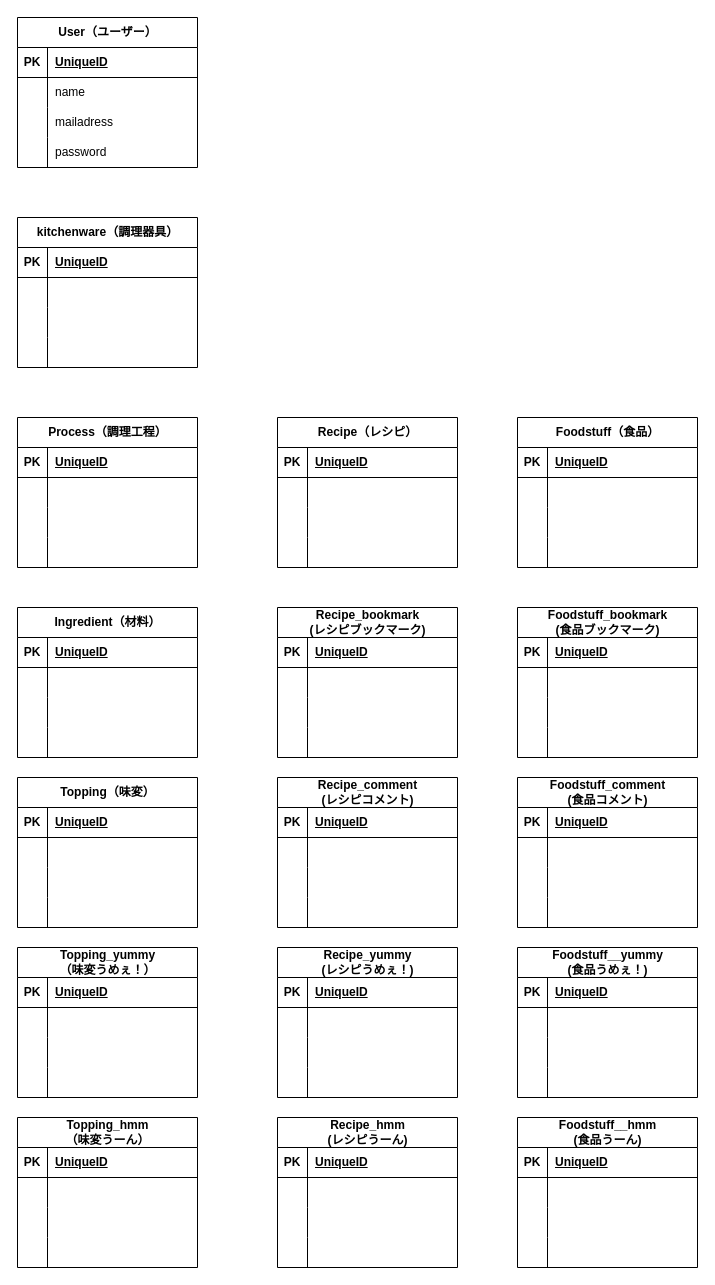
ankoro-mochi24/portfolio keeps this draw.io diagram as ER図.drawio. Above is the earlier version. Source tidied: cells renumbered, new cells numbered last; positions are measured from the earlier drawing's top-left corner, leaving out a move shared by most shapes. Both pictures are drawn from the tidied source at 100%, with x=0, y=0 at pixel (17, 17).
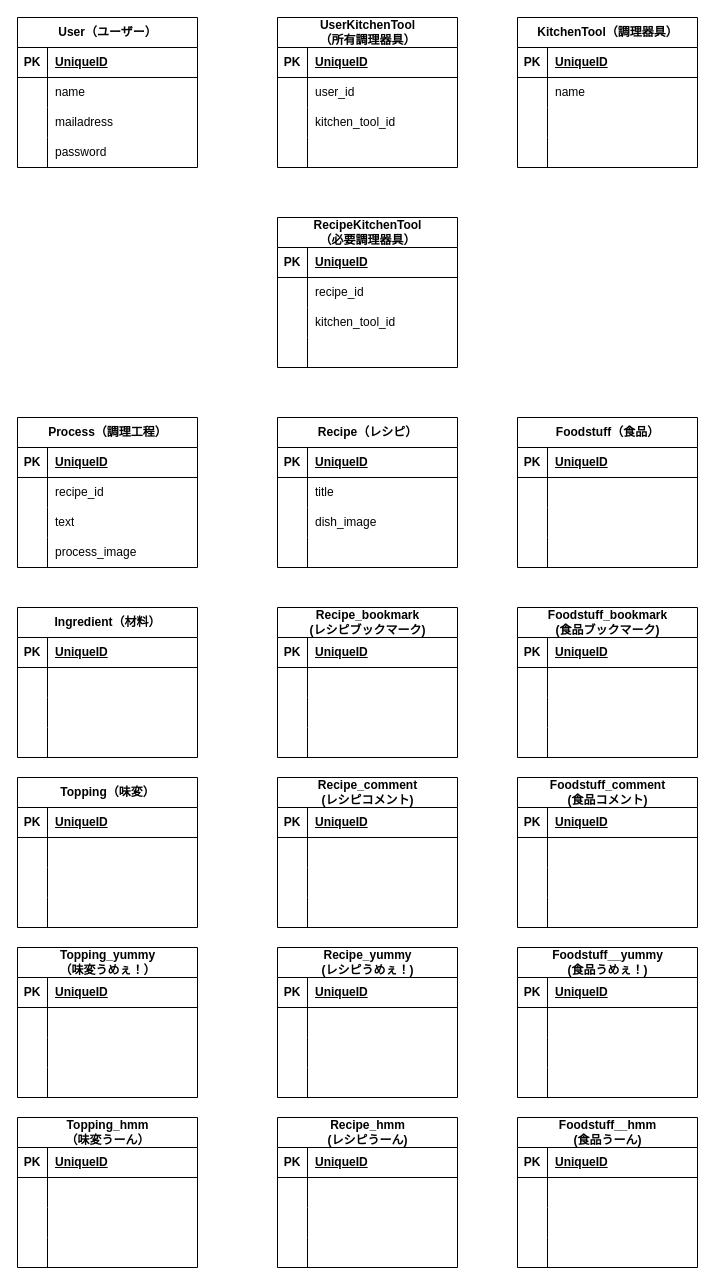
Above is the later version.

Commit message:
ER図カラム作成中

The change refers to these unchanged cells:
```xml
<mxCell id="19" style="shape=tableRow;horizontal=0;startSize=0;swimlaneHead=0;swimlaneBody=0;fillColor=none;top=0;left=0;right=0;bottom=0;" parent="15" vertex="1">
  <mxGeometry y="60" width="180" height="30" as="geometry" />
</mxCell>
<mxCell id="22" style="shape=tableRow;horizontal=0;startSize=0;swimlaneHead=0;swimlaneBody=0;fillColor=none;top=0;left=0;right=0;bottom=0;" parent="15" vertex="1">
  <mxGeometry y="90" width="180" height="30" as="geometry" />
</mxCell>
<mxCell id="162" style="shape=tableRow;horizontal=0;startSize=0;swimlaneHead=0;swimlaneBody=0;fillColor=none;top=0;left=0;right=0;bottom=0;" parent="158" vertex="1">
  <mxGeometry y="60" width="180" height="30" as="geometry" />
</mxCell>
<mxCell id="171" value="Process（調理工程）" style="shape=table;startSize=30;childLayout=tableLayout;rowLines=0;fontStyle=1;align=center;html=1;" parent="1" vertex="1">
  <mxGeometry y="400" width="180" height="150" as="geometry" />
</mxCell>
<mxCell id="181" style="shape=tableRow;horizontal=0;startSize=0;swimlaneHead=0;swimlaneBody=0;fillColor=none;top=0;left=0;right=0;bottom=0;" parent="171" vertex="1">
  <mxGeometry y="120" width="180" height="30" as="geometry" />
</mxCell>
```

Change to the diagram source:
```diff
@@
-    <mxCell id="21" style="shape=partialRectangle;fillColor=none;top=0;left=0;bottom=0;right=0;align=left;spacingLeft=6;overflow=hidden;whiteSpace=wrap;html=1;" parent="19" vertex="1">
+    <mxCell id="21" value="title" style="shape=partialRectangle;fillColor=none;top=0;left=0;bottom=0;right=0;align=left;spacingLeft=6;overflow=hidden;whiteSpace=wrap;html=1;" parent="19" vertex="1">
       <mxGeometry x="30" width="150" height="30" as="geometry" />
     </mxCell>
@@
-    <mxCell id="24" style="shape=partialRectangle;fillColor=none;top=0;left=0;bottom=0;right=0;align=left;spacingLeft=6;overflow=hidden;whiteSpace=wrap;html=1;" parent="22" vertex="1">
+    <mxCell id="24" value="dish_image" style="shape=partialRectangle;fillColor=none;top=0;left=0;bottom=0;right=0;align=left;spacingLeft=6;overflow=hidden;whiteSpace=wrap;html=1;" parent="22" vertex="1">
       <mxGeometry x="30" width="150" height="30" as="geometry" />
     </mxCell>
@@
-    <mxCell id="158" value="kitchenware（調理器具）" style="shape=table;startSize=30;childLayout=tableLayout;rowLines=0;fontStyle=1;align=center;html=1;" parent="1" vertex="1">
-      <mxGeometry y="200" width="180" height="150" as="geometry" />
+    <mxCell id="158" value="KitchenTool（調理器具）" style="shape=table;startSize=30;childLayout=tableLayout;rowLines=0;fontStyle=1;align=center;html=1;" parent="1" vertex="1">
+      <mxGeometry x="500" width="180" height="150" as="geometry" />
     </mxCell>
@@
-    <mxCell id="164" style="shape=partialRectangle;fillColor=none;top=0;left=0;bottom=0;right=0;align=left;spacingLeft=6;overflow=hidden;whiteSpace=wrap;html=1;" parent="162" vertex="1">
+    <mxCell id="164" value="name" style="shape=partialRectangle;fillColor=none;top=0;left=0;bottom=0;right=0;align=left;spacingLeft=6;overflow=hidden;whiteSpace=wrap;html=1;" parent="162" vertex="1">
       <mxGeometry x="30" width="150" height="30" as="geometry" />
     </mxCell>
@@
+    <mxCell id="178" style="shape=tableRow;horizontal=0;startSize=0;swimlaneHead=0;swimlaneBody=0;fillColor=none;top=0;left=0;right=0;bottom=0;" parent="171" vertex="1">
+      <mxGeometry y="60" width="180" height="30" as="geometry" />
+    </mxCell>
+    <mxCell id="179" style="shape=partialRectangle;fillColor=none;top=0;left=0;bottom=0;right=0;overflow=hidden;whiteSpace=wrap;html=1;" parent="178" vertex="1">
+      <mxGeometry width="30" height="30" as="geometry" />
+    </mxCell>
+    <mxCell id="180" value="recipe_id" style="shape=partialRectangle;fillColor=none;top=0;left=0;bottom=0;right=0;align=left;spacingLeft=6;overflow=hidden;whiteSpace=wrap;html=1;" parent="178" vertex="1">
+      <mxGeometry x="30" width="150" height="30" as="geometry" />
+    </mxCell>
     <mxCell id="175" style="shape=tableRow;horizontal=0;startSize=0;swimlaneHead=0;swimlaneBody=0;fillColor=none;top=0;left=0;right=0;bottom=0;" parent="171" vertex="1">
-      <mxGeometry y="60" width="180" height="30" as="geometry" />
+      <mxGeometry y="90" width="180" height="30" as="geometry" />
     </mxCell>
@@
-    <mxCell id="177" style="shape=partialRectangle;fillColor=none;top=0;left=0;bottom=0;right=0;align=left;spacingLeft=6;overflow=hidden;whiteSpace=wrap;html=1;" parent="175" vertex="1">
+    <mxCell id="177" value="text" style="shape=partialRectangle;fillColor=none;top=0;left=0;bottom=0;right=0;align=left;spacingLeft=6;overflow=hidden;whiteSpace=wrap;html=1;" parent="175" vertex="1">
       <mxGeometry x="30" width="150" height="30" as="geometry" />
     </mxCell>
-    <mxCell id="178" style="shape=tableRow;horizontal=0;startSize=0;swimlaneHead=0;swimlaneBody=0;fillColor=none;top=0;left=0;right=0;bottom=0;" parent="171" vertex="1">
-      <mxGeometry y="90" width="180" height="30" as="geometry" />
-    </mxCell>
-    <mxCell id="179" style="shape=partialRectangle;fillColor=none;top=0;left=0;bottom=0;right=0;overflow=hidden;whiteSpace=wrap;html=1;" parent="178" vertex="1">
-      <mxGeometry width="30" height="30" as="geometry" />
-    </mxCell>
-    <mxCell id="180" style="shape=partialRectangle;fillColor=none;top=0;left=0;bottom=0;right=0;align=left;spacingLeft=6;overflow=hidden;whiteSpace=wrap;html=1;" parent="178" vertex="1">
-      <mxGeometry x="30" width="150" height="30" as="geometry" />
-    </mxCell>
@@
-    <mxCell id="183" style="shape=partialRectangle;fillColor=none;top=0;left=0;bottom=0;right=0;align=left;spacingLeft=6;overflow=hidden;whiteSpace=wrap;html=1;" parent="181" vertex="1">
+    <mxCell id="183" value="process_image" style="shape=partialRectangle;fillColor=none;top=0;left=0;bottom=0;right=0;align=left;spacingLeft=6;overflow=hidden;whiteSpace=wrap;html=1;" parent="181" vertex="1">
       <mxGeometry x="30" width="150" height="30" as="geometry" />
     </mxCell>
@@
+    <mxCell id="223" value="UserKitchenTool&lt;br&gt;（所有調理器具）" style="shape=table;startSize=30;childLayout=tableLayout;rowLines=0;fontStyle=1;align=center;html=1;" parent="1" vertex="1">
+      <mxGeometry x="260" width="180" height="150" as="geometry" />
+    </mxCell>
+    <mxCell id="224" style="shape=tableRow;horizontal=0;startSize=0;swimlaneHead=0;swimlaneBody=0;fillColor=none;top=0;left=0;right=0;bottom=1;" parent="223" vertex="1">
+      <mxGeometry y="30" width="180" height="30" as="geometry" />
+    </mxCell>
+    <mxCell id="225" value="PK" style="shape=partialRectangle;fillColor=none;top=0;left=0;bottom=0;right=0;fontStyle=1;overflow=hidden;whiteSpace=wrap;html=1;" parent="224" vertex="1">
+      <mxGeometry width="30" height="30" as="geometry" />
+    </mxCell>
+    <mxCell id="226" value="UniqueID" style="shape=partialRectangle;fillColor=none;top=0;left=0;bottom=0;right=0;align=left;spacingLeft=6;fontStyle=5;overflow=hidden;whiteSpace=wrap;html=1;" parent="224" vertex="1">
+      <mxGeometry x="30" width="150" height="30" as="geometry" />
+    </mxCell>
+    <mxCell id="227" style="shape=tableRow;horizontal=0;startSize=0;swimlaneHead=0;swimlaneBody=0;fillColor=none;top=0;left=0;right=0;bottom=0;" parent="223" vertex="1">
+      <mxGeometry y="60" width="180" height="30" as="geometry" />
+    </mxCell>
+    <mxCell id="228" style="shape=partialRectangle;fillColor=none;top=0;left=0;bottom=0;right=0;overflow=hidden;whiteSpace=wrap;html=1;" parent="227" vertex="1">
+      <mxGeometry width="30" height="30" as="geometry" />
+    </mxCell>
+    <mxCell id="229" value="user_id" style="shape=partialRectangle;fillColor=none;top=0;left=0;bottom=0;right=0;align=left;spacingLeft=6;overflow=hidden;whiteSpace=wrap;html=1;" parent="227" vertex="1">
+      <mxGeometry x="30" width="150" height="30" as="geometry" />
+    </mxCell>
+    <mxCell id="230" style="shape=tableRow;horizontal=0;startSize=0;swimlaneHead=0;swimlaneBody=0;fillColor=none;top=0;left=0;right=0;bottom=0;" parent="223" vertex="1">
+      <mxGeometry y="90" width="180" height="30" as="geometry" />
+    </mxCell>
+    <mxCell id="231" style="shape=partialRectangle;fillColor=none;top=0;left=0;bottom=0;right=0;overflow=hidden;whiteSpace=wrap;html=1;" parent="230" vertex="1">
+      <mxGeometry width="30" height="30" as="geometry" />
+    </mxCell>
+    <mxCell id="232" value="kitchen_tool_id" style="shape=partialRectangle;fillColor=none;top=0;left=0;bottom=0;right=0;align=left;spacingLeft=6;overflow=hidden;whiteSpace=wrap;html=1;" parent="230" vertex="1">
+      <mxGeometry x="30" width="150" height="30" as="geometry" />
+    </mxCell>
+    <mxCell id="233" style="shape=tableRow;horizontal=0;startSize=0;swimlaneHead=0;swimlaneBody=0;fillColor=none;top=0;left=0;right=0;bottom=0;" parent="223" vertex="1">
+      <mxGeometry y="120" width="180" height="30" as="geometry" />
+    </mxCell>
+    <mxCell id="234" style="shape=partialRectangle;fillColor=none;top=0;left=0;bottom=0;right=0;overflow=hidden;whiteSpace=wrap;html=1;" parent="233" vertex="1">
+      <mxGeometry width="30" height="30" as="geometry" />
+    </mxCell>
+    <mxCell id="235" style="shape=partialRectangle;fillColor=none;top=0;left=0;bottom=0;right=0;align=left;spacingLeft=6;overflow=hidden;whiteSpace=wrap;html=1;" parent="233" vertex="1">
+      <mxGeometry x="30" width="150" height="30" as="geometry" />
+    </mxCell>
+    <mxCell id="236" value="RecipeKitchenTool&lt;br&gt;（必要調理器具）" style="shape=table;startSize=30;childLayout=tableLayout;rowLines=0;fontStyle=1;align=center;html=1;" parent="1" vertex="1">
+      <mxGeometry x="260" y="200" width="180" height="150" as="geometry" />
+    </mxCell>
+    <mxCell id="237" style="shape=tableRow;horizontal=0;startSize=0;swimlaneHead=0;swimlaneBody=0;fillColor=none;top=0;left=0;right=0;bottom=1;" parent="236" vertex="1">
+      <mxGeometry y="30" width="180" height="30" as="geometry" />
+    </mxCell>
+    <mxCell id="238" value="PK" style="shape=partialRectangle;fillColor=none;top=0;left=0;bottom=0;right=0;fontStyle=1;overflow=hidden;whiteSpace=wrap;html=1;" parent="237" vertex="1">
+      <mxGeometry width="30" height="30" as="geometry" />
+    </mxCell>
+    <mxCell id="239" value="UniqueID" style="shape=partialRectangle;fillColor=none;top=0;left=0;bottom=0;right=0;align=left;spacingLeft=6;fontStyle=5;overflow=hidden;whiteSpace=wrap;html=1;" parent="237" vertex="1">
+      <mxGeometry x="30" width="150" height="30" as="geometry" />
+    </mxCell>
+    <mxCell id="240" style="shape=tableRow;horizontal=0;startSize=0;swimlaneHead=0;swimlaneBody=0;fillColor=none;top=0;left=0;right=0;bottom=0;" parent="236" vertex="1">
+      <mxGeometry y="60" width="180" height="30" as="geometry" />
+    </mxCell>
+    <mxCell id="241" style="shape=partialRectangle;fillColor=none;top=0;left=0;bottom=0;right=0;overflow=hidden;whiteSpace=wrap;html=1;" parent="240" vertex="1">
+      <mxGeometry width="30" height="30" as="geometry" />
+    </mxCell>
+    <mxCell id="242" value="recipe_id" style="shape=partialRectangle;fillColor=none;top=0;left=0;bottom=0;right=0;align=left;spacingLeft=6;overflow=hidden;whiteSpace=wrap;html=1;" parent="240" vertex="1">
+      <mxGeometry x="30" width="150" height="30" as="geometry" />
+    </mxCell>
+    <mxCell id="243" style="shape=tableRow;horizontal=0;startSize=0;swimlaneHead=0;swimlaneBody=0;fillColor=none;top=0;left=0;right=0;bottom=0;" parent="236" vertex="1">
+      <mxGeometry y="90" width="180" height="30" as="geometry" />
+    </mxCell>
+    <mxCell id="244" style="shape=partialRectangle;fillColor=none;top=0;left=0;bottom=0;right=0;overflow=hidden;whiteSpace=wrap;html=1;" parent="243" vertex="1">
+      <mxGeometry width="30" height="30" as="geometry" />
+    </mxCell>
+    <mxCell id="245" value="kitchen_tool_id" style="shape=partialRectangle;fillColor=none;top=0;left=0;bottom=0;right=0;align=left;spacingLeft=6;overflow=hidden;whiteSpace=wrap;html=1;" parent="243" vertex="1">
+      <mxGeometry x="30" width="150" height="30" as="geometry" />
+    </mxCell>
+    <mxCell id="246" style="shape=tableRow;horizontal=0;startSize=0;swimlaneHead=0;swimlaneBody=0;fillColor=none;top=0;left=0;right=0;bottom=0;" parent="236" vertex="1">
+      <mxGeometry y="120" width="180" height="30" as="geometry" />
+    </mxCell>
+    <mxCell id="247" style="shape=partialRectangle;fillColor=none;top=0;left=0;bottom=0;right=0;overflow=hidden;whiteSpace=wrap;html=1;" parent="246" vertex="1">
+      <mxGeometry width="30" height="30" as="geometry" />
+    </mxCell>
+    <mxCell id="248" style="shape=partialRectangle;fillColor=none;top=0;left=0;bottom=0;right=0;align=left;spacingLeft=6;overflow=hidden;whiteSpace=wrap;html=1;" parent="246" vertex="1">
+      <mxGeometry x="30" width="150" height="30" as="geometry" />
+    </mxCell>
```
